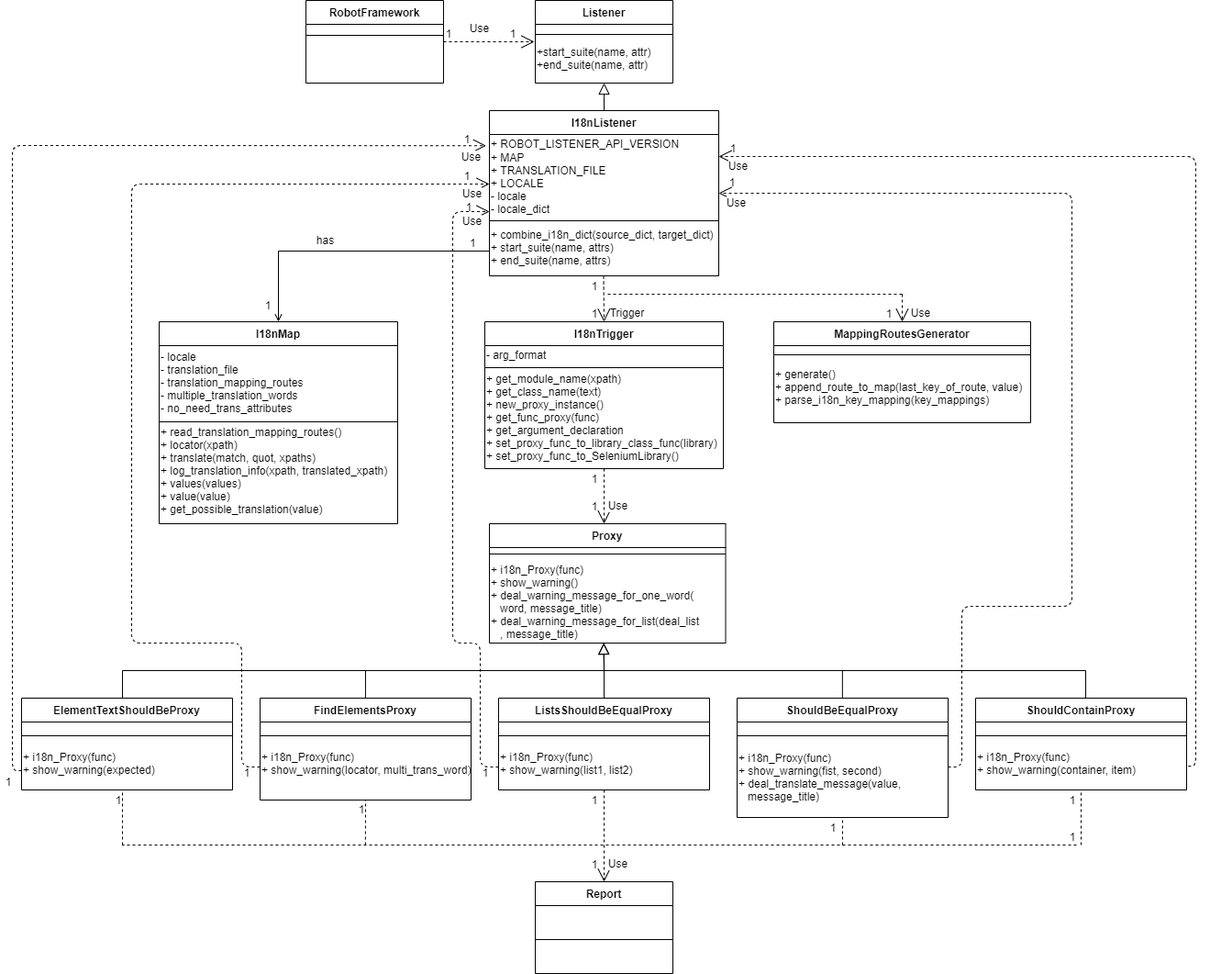
Above: UML/i18n class diagram-第一版i18n class diagram.png in Rexmen/i18n (draw.io), before the change. Source tidied: cells renumbered, new cells last; positions are measured from the earlier drawing's top-left corner, leaving out a move shared by most shapes.
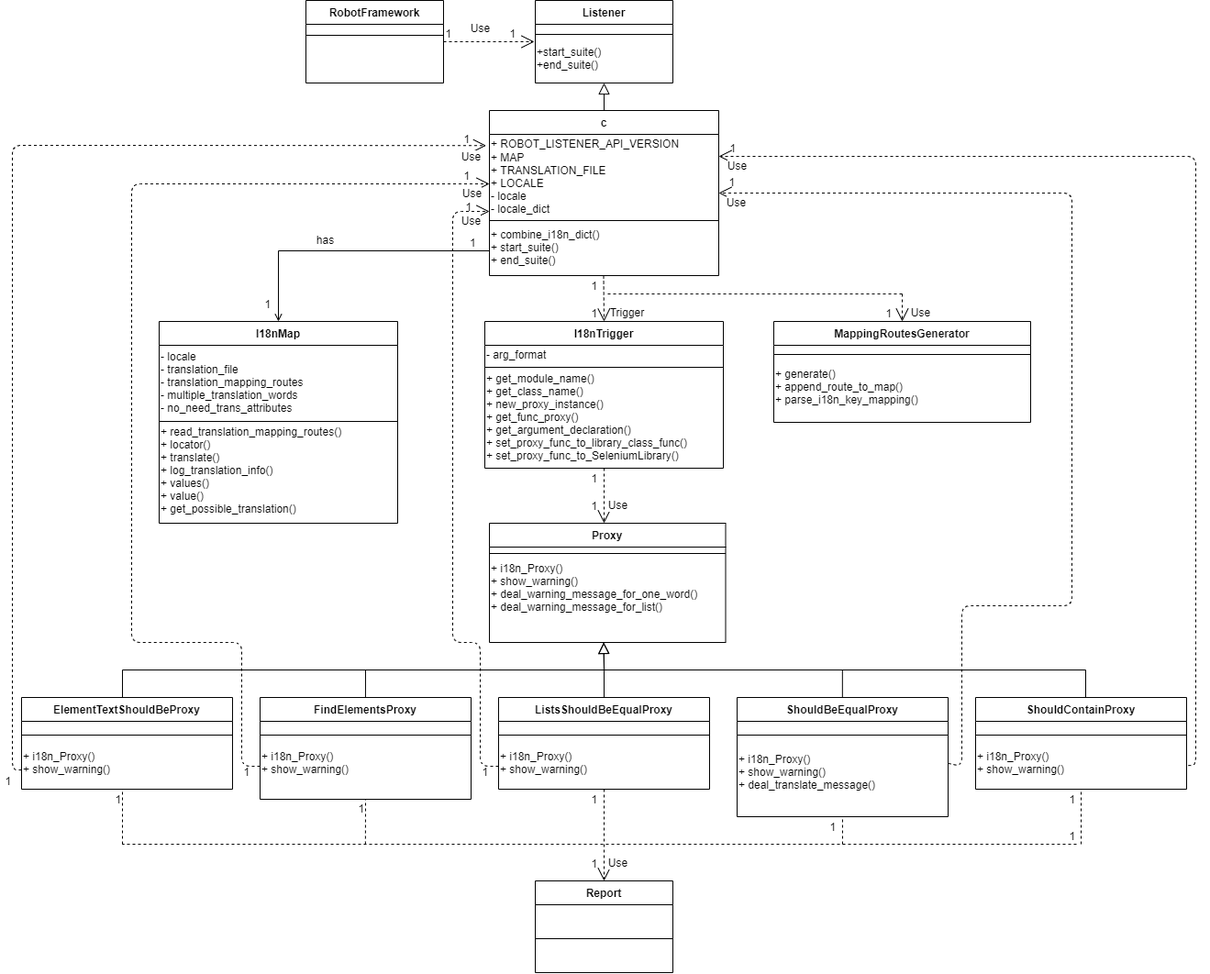
After the change.

What changed in the source:
```diff
@@ -2,7 +2,7 @@
   <root>
     <mxCell id="0" />
     <mxCell id="1" parent="0" />
-    <mxCell id="2" value="I18nListener" style="swimlane;fontStyle=1;align=center;verticalAlign=top;horizontal=1;startSize=26;rounded=0;shadow=0;strokeWidth=1;" parent="1" vertex="1">
+    <mxCell id="2" value="c" style="swimlane;fontStyle=1;align=center;verticalAlign=top;horizontal=1;startSize=26;rounded=0;shadow=0;strokeWidth=1;" parent="1" vertex="1">
       <mxGeometry x="520" y="120" width="250" height="180" as="geometry" />
     </mxCell>
     <mxCell id="3" value="+ ROBOT_LISTENER_API_VERSION&lt;font color=&quot;#9cdcfe&quot; face=&quot;consolas, courier new, monospace&quot;&gt;&lt;span style=&quot;font-size: 14px ; background-color: rgb(30 , 30 , 30)&quot;&gt;&lt;br&gt;&lt;/span&gt;&lt;/font&gt;+ MAP&lt;br&gt;+ TRANSLATION_FILE&lt;br&gt;+ LOCALE&lt;br&gt;- locale&lt;br&gt;- locale_dict" style="text;html=1;align=left;verticalAlign=middle;points=[];strokeColor=none;" parent="2" vertex="1">
@@ -11,7 +11,7 @@
     <mxCell id="4" style="line;html=1;strokeWidth=1;align=left;verticalAlign=middle;spacingTop=-1;spacingLeft=3;spacingRight=3;labelPosition=right;" parent="2" vertex="1">
       <mxGeometry y="116" width="250" height="8" as="geometry" />
     </mxCell>
-    <mxCell id="5" value="+ combine_i18n_dict(source_dict, target_dict)&lt;br&gt;+ start_suite(name, attrs)&lt;br&gt;+ end_suite(name, attrs)" style="text;html=1;align=left;verticalAlign=middle;strokeColor=none;" parent="2" vertex="1">
+    <mxCell id="5" value="+ combine_i18n_dict()&lt;br&gt;+ start_suite()&lt;br&gt;+ end_suite()" style="text;html=1;align=left;verticalAlign=middle;strokeColor=none;" parent="2" vertex="1">
       <mxGeometry y="124" width="250" height="50" as="geometry" />
     </mxCell>
     <mxCell id="6" value="FindElementsProxy" style="swimlane;fontStyle=1;align=center;verticalAlign=top;horizontal=1;startSize=26;rounded=0;shadow=0;strokeWidth=1;" parent="1" vertex="1">
@@ -20,7 +20,7 @@
     <mxCell id="7" style="line;html=1;strokeWidth=1;align=left;verticalAlign=middle;spacingTop=-1;spacingLeft=3;spacingRight=3;labelPosition=right;" parent="6" vertex="1">
       <mxGeometry y="26" width="230" height="30" as="geometry" />
     </mxCell>
-    <mxCell id="8" value="+ i18n_Proxy(func)&lt;br&gt;+ show_warning(locator, multi_trans_word)" style="text;html=1;align=left;verticalAlign=middle;strokeColor=none;" parent="6" vertex="1">
+    <mxCell id="8" value="+ i18n_Proxy()&lt;br&gt;+ show_warning()" style="text;html=1;align=left;verticalAlign=middle;strokeColor=none;" parent="6" vertex="1">
       <mxGeometry y="56" width="230" height="30" as="geometry" />
     </mxCell>
     <mxCell id="9" value="ShouldBeEqualProxy" style="swimlane;fontStyle=1;align=center;verticalAlign=top;horizontal=1;startSize=26;rounded=0;shadow=0;strokeWidth=1;" parent="1" vertex="1">
@@ -29,8 +29,8 @@
     <mxCell id="10" style="line;html=1;strokeWidth=1;align=left;verticalAlign=middle;spacingTop=-1;spacingLeft=3;spacingRight=3;labelPosition=right;" parent="9" vertex="1">
       <mxGeometry y="26" width="230" height="30" as="geometry" />
     </mxCell>
-    <mxCell id="11" value="+ i18n_Proxy(func)&lt;br&gt;+ show_warning(fist, second)&lt;br&gt;+ deal_translate_message(value,&lt;br&gt;&amp;nbsp; &amp;nbsp;message_title)" style="text;html=1;align=left;verticalAlign=middle;points=[];strokeColor=none;" parent="9" vertex="1">
-      <mxGeometry y="56" width="230" height="60" as="geometry" />
+    <mxCell id="11" value="+ i18n_Proxy()&lt;br&gt;+ show_warning()&lt;br&gt;+ deal_translate_message()" style="text;html=1;align=left;verticalAlign=middle;points=[];strokeColor=none;" parent="9" vertex="1">
+      <mxGeometry y="56" width="230" height="50" as="geometry" />
     </mxCell>
     <mxCell id="12" style="endArrow=block;endSize=10;endFill=0;shadow=0;strokeWidth=1;rounded=0;edgeStyle=elbowEdgeStyle;elbow=vertical;" parent="1" edge="1">
       <mxGeometry relative="1" as="geometry">
@@ -44,7 +44,7 @@
     <mxCell id="14" style="line;html=1;strokeWidth=1;align=left;verticalAlign=middle;spacingTop=-1;spacingLeft=3;spacingRight=3;labelPosition=right;" parent="13" vertex="1">
       <mxGeometry y="26" width="150" height="22" as="geometry" />
     </mxCell>
-    <mxCell id="15" value="+start_suite(name, attr)&lt;br&gt;+end_suite(name, attr)" style="text;html=1;align=left;verticalAlign=middle;strokeColor=none;" parent="13" vertex="1">
+    <mxCell id="15" value="+start_suite()&lt;br&gt;+end_suite()" style="text;html=1;align=left;verticalAlign=middle;strokeColor=none;" parent="13" vertex="1">
       <mxGeometry y="48" width="150" height="30" as="geometry" />
     </mxCell>
     <mxCell id="16" value="I18nMap" style="swimlane;fontStyle=1;align=center;verticalAlign=top;horizontal=1;startSize=26;rounded=0;shadow=0;strokeWidth=1;" parent="1" vertex="1">
@@ -56,7 +56,7 @@
     <mxCell id="18" style="line;html=1;strokeWidth=1;align=left;verticalAlign=middle;spacingTop=-1;spacingLeft=3;spacingRight=3;labelPosition=right;" parent="16" vertex="1">
       <mxGeometry y="106" width="260" height="6" as="geometry" />
     </mxCell>
-    <mxCell id="19" value="+ read_translation_mapping_routes()&lt;br&gt;+ locator(xpath)&lt;br&gt;+ translate(match, quot, xpaths)&lt;br&gt;+ log_translation_info(xpath, translated_xpath)&lt;br&gt;+ values(values)&lt;br&gt;+ value(value)&lt;br&gt;+ get_possible_translation(value)" style="text;html=1;align=left;verticalAlign=middle;strokeColor=none;" parent="16" vertex="1">
+    <mxCell id="19" value="+ read_translation_mapping_routes()&lt;br&gt;+ locator()&lt;br&gt;+ translate()&lt;br&gt;+ log_translation_info()&lt;br&gt;+ values()&lt;br&gt;+ value()&lt;br&gt;+ get_possible_translation()" style="text;html=1;align=left;verticalAlign=middle;strokeColor=none;" parent="16" vertex="1">
       <mxGeometry y="112" width="260" height="100" as="geometry" />
     </mxCell>
     <mxCell id="20" value="MappingRoutesGenerator" style="swimlane;fontStyle=1;align=center;verticalAlign=top;horizontal=1;startSize=26;rounded=0;shadow=0;strokeWidth=1;" parent="1" vertex="1">
@@ -65,7 +65,7 @@
     <mxCell id="21" style="line;html=1;strokeWidth=1;align=left;verticalAlign=middle;spacingTop=-1;spacingLeft=3;spacingRight=3;labelPosition=right;" parent="20" vertex="1">
       <mxGeometry y="26" width="280" height="20" as="geometry" />
     </mxCell>
-    <mxCell id="22" value="+ generate()&lt;br&gt;+ append_route_to_map(last_key_of_route, value)&lt;br&gt;+ parse_i18n_key_mapping(key_mappings)" style="text;html=1;align=left;verticalAlign=middle;strokeColor=none;" parent="20" vertex="1">
+    <mxCell id="22" value="+ generate()&lt;br&gt;+ append_route_to_map()&lt;br&gt;+ parse_i18n_key_mapping()" style="text;html=1;align=left;verticalAlign=middle;strokeColor=none;" parent="20" vertex="1">
       <mxGeometry y="46" width="280" height="50" as="geometry" />
     </mxCell>
     <mxCell id="23" value="I18nTrigger" style="swimlane;fontStyle=1;align=center;verticalAlign=top;horizontal=1;startSize=26;rounded=0;shadow=0;strokeWidth=1;" parent="1" vertex="1">
@@ -77,7 +77,7 @@
     <mxCell id="25" style="line;html=1;strokeWidth=1;align=left;verticalAlign=middle;spacingTop=-1;spacingLeft=3;spacingRight=3;labelPosition=right;" parent="23" vertex="1">
       <mxGeometry y="46" width="260" height="8" as="geometry" />
     </mxCell>
-    <mxCell id="26" value="+ get_module_name(xpath)&lt;br&gt;+ get_class_name(text)&lt;br&gt;+ new_proxy_instance()&lt;br&gt;+ get_func_proxy(func)&lt;br&gt;+ get_argument_declaration&lt;br&gt;+ set_proxy_func_to_library_class_func(library)&lt;br&gt;+ set_proxy_func_to_SeleniumLibrary()" style="text;html=1;align=left;verticalAlign=middle;strokeColor=none;" parent="23" vertex="1">
+    <mxCell id="26" value="+ get_module_name()&lt;br&gt;+ get_class_name()&lt;br&gt;+ new_proxy_instance()&lt;br&gt;+ get_func_proxy()&lt;br&gt;+ get_argument_declaration()&lt;br&gt;+ set_proxy_func_to_library_class_func()&lt;br&gt;+ set_proxy_func_to_SeleniumLibrary()" style="text;html=1;align=left;verticalAlign=middle;strokeColor=none;" parent="23" vertex="1">
       <mxGeometry y="54" width="260" height="100" as="geometry" />
     </mxCell>
     <mxCell id="27" value="Proxy" style="swimlane;fontStyle=1;align=center;verticalAlign=top;horizontal=1;startSize=26;rounded=0;shadow=0;strokeWidth=1;" parent="1" vertex="1">
@@ -86,8 +86,8 @@
     <mxCell id="28" style="line;html=1;strokeWidth=1;align=left;verticalAlign=middle;spacingTop=-1;spacingLeft=3;spacingRight=3;labelPosition=right;" parent="27" vertex="1">
       <mxGeometry y="26" width="257.5" height="14" as="geometry" />
     </mxCell>
-    <mxCell id="29" value="+ i18n_Proxy(func)&lt;br&gt;+ show_warning()&lt;br&gt;+ deal_warning_message_for_one_word(&lt;br&gt;&amp;nbsp; &amp;nbsp;word, message_title)&lt;br&gt;+ deal_warning_message_for_list(deal_list&lt;br&gt;&amp;nbsp; &amp;nbsp;, message_title)" style="text;html=1;align=left;verticalAlign=middle;strokeColor=none;" parent="27" vertex="1">
-      <mxGeometry y="40" width="257.5" height="90" as="geometry" />
+    <mxCell id="29" value="+ i18n_Proxy()&lt;br&gt;+ show_warning()&lt;br&gt;+ deal_warning_message_for_one_word()&lt;br&gt;+ deal_warning_message_for_list()" style="text;html=1;align=left;verticalAlign=middle;strokeColor=none;" parent="27" vertex="1">
+      <mxGeometry y="40" width="257.5" height="60" as="geometry" />
     </mxCell>
     <mxCell id="30" style="endArrow=block;endSize=10;endFill=0;shadow=0;strokeWidth=1;rounded=0;edgeStyle=elbowEdgeStyle;elbow=vertical;" parent="1" edge="1">
       <mxGeometry relative="1" as="geometry">
@@ -137,7 +137,7 @@
     <mxCell id="37" style="line;html=1;strokeWidth=1;align=left;verticalAlign=middle;spacingTop=-1;spacingLeft=3;spacingRight=3;labelPosition=right;" parent="36" vertex="1">
       <mxGeometry y="26" width="230" height="30" as="geometry" />
     </mxCell>
-    <mxCell id="38" value="+ i18n_Proxy(func)&lt;br&gt;+ show_warning(expected)" style="text;html=1;align=left;verticalAlign=middle;strokeColor=none;" parent="36" vertex="1">
+    <mxCell id="38" value="+ i18n_Proxy()&lt;br&gt;+ show_warning()" style="text;html=1;align=left;verticalAlign=middle;strokeColor=none;" parent="36" vertex="1">
       <mxGeometry y="56" width="230" height="30" as="geometry" />
     </mxCell>
     <mxCell id="39" value="Report" style="swimlane;fontStyle=1;align=center;verticalAlign=top;horizontal=1;startSize=26;rounded=0;shadow=0;strokeWidth=1;" parent="1" vertex="1">
@@ -353,7 +353,7 @@
     <mxCell id="82" style="line;html=1;strokeWidth=1;align=left;verticalAlign=middle;spacingTop=-1;spacingLeft=3;spacingRight=3;labelPosition=right;" parent="81" vertex="1">
       <mxGeometry y="26" width="230" height="30" as="geometry" />
     </mxCell>
-    <mxCell id="83" value="+ i18n_Proxy(func)&lt;br&gt;+ show_warning(list1, list2)" style="text;html=1;align=left;verticalAlign=middle;strokeColor=none;" parent="81" vertex="1">
+    <mxCell id="83" value="+ i18n_Proxy()&lt;br&gt;+ show_warning()" style="text;html=1;align=left;verticalAlign=middle;strokeColor=none;" parent="81" vertex="1">
       <mxGeometry y="56" width="230" height="30" as="geometry" />
     </mxCell>
     <mxCell id="84" value="ShouldContainProxy" style="swimlane;fontStyle=1;align=center;verticalAlign=top;horizontal=1;startSize=26;rounded=0;shadow=0;strokeWidth=1;" parent="1" vertex="1">
@@ -362,7 +362,7 @@
     <mxCell id="85" style="line;html=1;strokeWidth=1;align=left;verticalAlign=middle;spacingTop=-1;spacingLeft=3;spacingRight=3;labelPosition=right;" parent="84" vertex="1">
       <mxGeometry y="26" width="230" height="30" as="geometry" />
     </mxCell>
-    <mxCell id="86" value="+ i18n_Proxy(func)&lt;br&gt;+ show_warning(container, item)" style="text;html=1;align=left;verticalAlign=middle;points=[];strokeColor=none;" parent="84" vertex="1">
+    <mxCell id="86" value="+ i18n_Proxy()&lt;br&gt;+ show_warning()" style="text;html=1;align=left;verticalAlign=middle;points=[];strokeColor=none;" parent="84" vertex="1">
       <mxGeometry y="56" width="230" height="30" as="geometry" />
     </mxCell>
     <mxCell id="87" value="Use" style="endArrow=open;endSize=12;dashed=1;html=1;exitX=0.5;exitY=1;exitDx=0;exitDy=0;" parent="1" edge="1" source="23">
```
